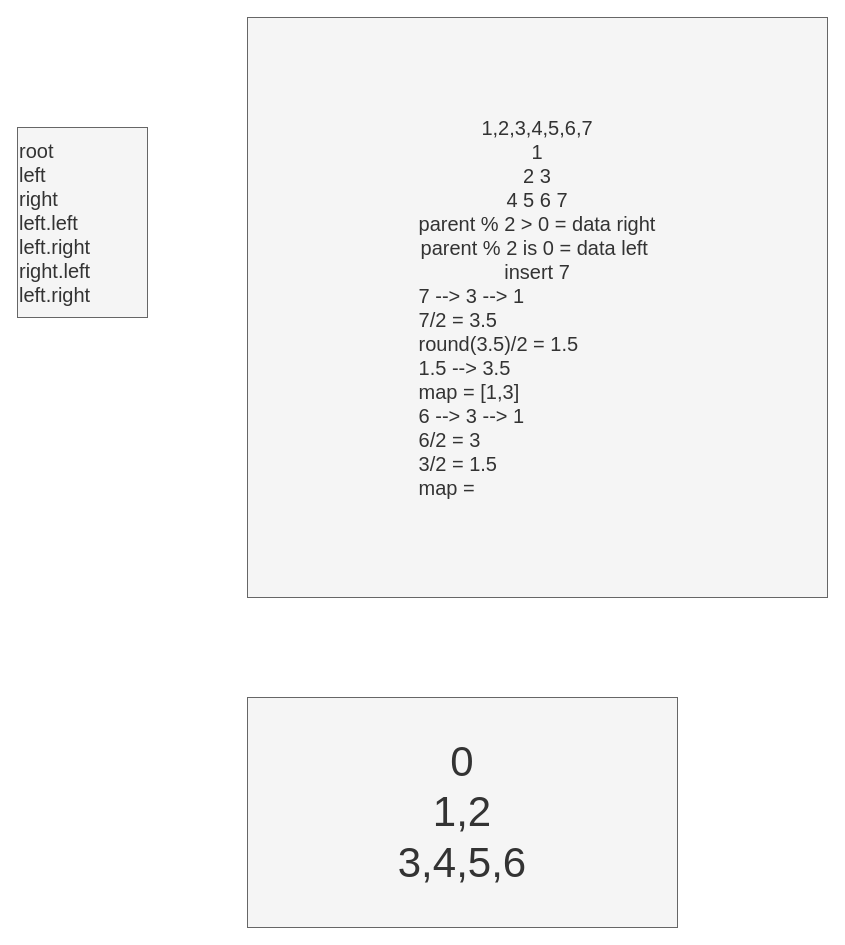
This is flow.dio from kaomao1234/305214-Data-Structures, a draw.io file, before an edit. Source tidied: cells renumbered, new cells numbered last; positions are measured from the earlier drawing's top-left corner, leaving out a move shared by most shapes. Both pictures are drawn from the tidied source at 100%, with x=0, y=0 at pixel (17, 17).
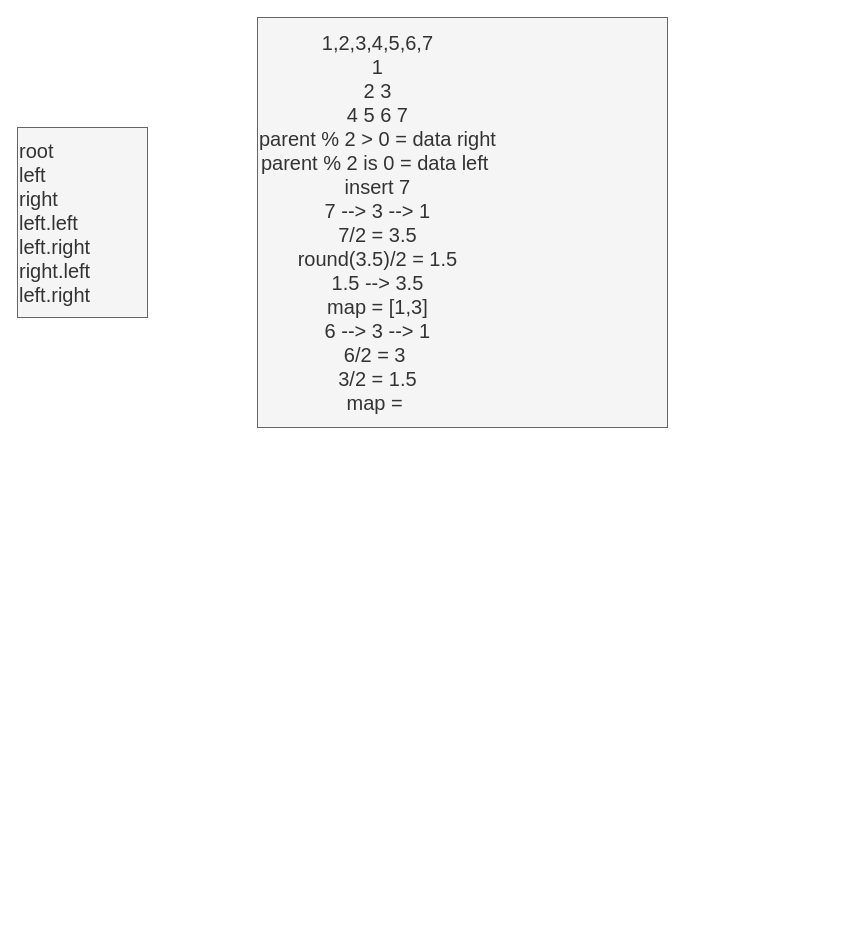
The same diagram, later.

The edit, as a diff of the source:
```diff
@@
 <mxGraphModel>
   <root>
     <mxCell id="0" />
     <mxCell id="1" parent="0" />
     <mxCell id="2" value="&lt;div style=&quot;font-size: 20px&quot;&gt;&lt;font style=&quot;font-size: 20px&quot;&gt;root&lt;/font&gt;&lt;/div&gt;&lt;div style=&quot;font-size: 20px&quot;&gt;&lt;font style=&quot;font-size: 20px&quot;&gt;left&lt;/font&gt;&lt;/div&gt;&lt;div style=&quot;font-size: 20px&quot;&gt;&lt;font style=&quot;font-size: 20px&quot;&gt;right&lt;/font&gt;&lt;/div&gt;&lt;div style=&quot;font-size: 20px&quot;&gt;&lt;font style=&quot;font-size: 20px&quot;&gt;left.left&lt;/font&gt;&lt;/div&gt;&lt;div style=&quot;font-size: 20px&quot;&gt;&lt;font style=&quot;font-size: 20px&quot;&gt;left.right&lt;/font&gt;&lt;/div&gt;&lt;div style=&quot;font-size: 20px&quot;&gt;&lt;font style=&quot;font-size: 20px&quot;&gt;right.left&lt;/font&gt;&lt;/div&gt;&lt;div style=&quot;font-size: 20px&quot;&gt;&lt;font style=&quot;font-size: 20px&quot;&gt;left.right&lt;/font&gt;&lt;/div&gt;" style="text;html=1;strokeColor=#666666;fillColor=#f5f5f5;align=left;verticalAlign=middle;whiteSpace=wrap;rounded=0;fontColor=#333333;" parent="1" vertex="1">
       <mxGeometry y="110" width="130" height="190" as="geometry" />
     </mxCell>
-    <mxCell id="3" value="&lt;font style=&quot;font-size: 20px&quot;&gt;&lt;span&gt;1,2,3,4,5,6,7&lt;/span&gt;&lt;br&gt;&lt;span&gt;1&lt;/span&gt;&lt;br&gt;&lt;span&gt;2 3&lt;/span&gt;&lt;br&gt;&lt;span&gt;4 5 6 7&lt;/span&gt;&lt;br&gt;&lt;span&gt;parent % 2 &amp;gt; 0 = data right&lt;/span&gt;&lt;br&gt;&lt;span&gt;parent % 2 is 0 = data left&amp;nbsp;&lt;/span&gt;&lt;br&gt;&lt;span&gt;insert 7&lt;/span&gt;&lt;br&gt;&lt;div style=&quot;text-align: left&quot;&gt;&lt;span&gt;7 --&amp;gt; 3 --&amp;gt; 1&lt;/span&gt;&lt;/div&gt;&lt;div style=&quot;text-align: left&quot;&gt;&lt;span&gt;7/2 = 3.5&lt;/span&gt;&lt;/div&gt;&lt;div style=&quot;text-align: left&quot;&gt;&lt;span&gt;round(3.5)/2 = 1.5&lt;/span&gt;&lt;/div&gt;&lt;div style=&quot;text-align: left&quot;&gt;&lt;span&gt;1.5 --&amp;gt; 3.5&lt;/span&gt;&lt;/div&gt;&lt;span&gt;&lt;div style=&quot;text-align: left&quot;&gt;&lt;span&gt;map = [1,3]&lt;/span&gt;&lt;/div&gt;&lt;div style=&quot;text-align: left&quot;&gt;&lt;span&gt;6 --&amp;gt; 3 --&amp;gt; 1&lt;/span&gt;&lt;/div&gt;&lt;div style=&quot;text-align: left&quot;&gt;&lt;span&gt;6/2 = 3&amp;nbsp;&lt;/span&gt;&lt;/div&gt;&lt;div style=&quot;text-align: left&quot;&gt;&lt;span&gt;3/2 = 1.5&lt;/span&gt;&lt;/div&gt;&lt;div style=&quot;text-align: left&quot;&gt;&lt;span&gt;map =&amp;nbsp;&lt;/span&gt;&lt;/div&gt;&lt;/span&gt;&lt;/font&gt;" style="whiteSpace=wrap;html=1;fillColor=#f5f5f5;strokeColor=#666666;fontColor=#333333;align=center;" parent="1" vertex="1">
-      <mxGeometry x="230" width="580" height="580" as="geometry" />
+    <mxCell id="3" value="&lt;blockquote style=&quot;margin: 0 0 0 40px ; border: none ; padding: 0px&quot;&gt;&lt;/blockquote&gt;&lt;span style=&quot;font-size: 20px&quot;&gt;&lt;div style=&quot;text-align: center&quot;&gt;&lt;span&gt;1,2,3,4,5,6,7&lt;/span&gt;&lt;/div&gt;&lt;/span&gt;&lt;blockquote style=&quot;margin: 0 0 0 40px ; border: none ; padding: 0px&quot;&gt;&lt;/blockquote&gt;&lt;span style=&quot;font-size: 20px&quot;&gt;&lt;div style=&quot;text-align: center&quot;&gt;&lt;span&gt;1&lt;/span&gt;&lt;/div&gt;&lt;/span&gt;&lt;blockquote style=&quot;margin: 0 0 0 40px ; border: none ; padding: 0px&quot;&gt;&lt;/blockquote&gt;&lt;span style=&quot;font-size: 20px&quot;&gt;&lt;div style=&quot;text-align: center&quot;&gt;&lt;span&gt;2 3&lt;/span&gt;&lt;/div&gt;&lt;/span&gt;&lt;blockquote style=&quot;margin: 0 0 0 40px ; border: none ; padding: 0px&quot;&gt;&lt;/blockquote&gt;&lt;span style=&quot;font-size: 20px&quot;&gt;&lt;div style=&quot;text-align: center&quot;&gt;&lt;span&gt;4 5 6 7&lt;/span&gt;&lt;/div&gt;&lt;/span&gt;&lt;blockquote style=&quot;margin: 0 0 0 40px ; border: none ; padding: 0px&quot;&gt;&lt;/blockquote&gt;&lt;span style=&quot;font-size: 20px&quot;&gt;&lt;div style=&quot;text-align: center&quot;&gt;&lt;span&gt;parent % 2 &amp;gt; 0 = data right&lt;/span&gt;&lt;/div&gt;&lt;/span&gt;&lt;blockquote style=&quot;margin: 0 0 0 40px ; border: none ; padding: 0px&quot;&gt;&lt;/blockquote&gt;&lt;span style=&quot;font-size: 20px&quot;&gt;&lt;div style=&quot;text-align: center&quot;&gt;&lt;span&gt;parent % 2 is 0 = data left&amp;nbsp;&lt;/span&gt;&lt;/div&gt;&lt;/span&gt;&lt;blockquote style=&quot;margin: 0 0 0 40px ; border: none ; padding: 0px&quot;&gt;&lt;/blockquote&gt;&lt;span style=&quot;font-size: 20px&quot;&gt;&lt;div style=&quot;text-align: center&quot;&gt;&lt;span&gt;insert 7&lt;/span&gt;&lt;/div&gt;&lt;/span&gt;&lt;span style=&quot;font-size: 20px&quot;&gt;&lt;div style=&quot;text-align: center&quot;&gt;&lt;span&gt;7 --&amp;gt; 3 --&amp;gt; 1&lt;/span&gt;&lt;/div&gt;&lt;/span&gt;&lt;blockquote style=&quot;margin: 0 0 0 40px ; border: none ; padding: 0px&quot;&gt;&lt;/blockquote&gt;&lt;span style=&quot;font-size: 20px&quot;&gt;&lt;div style=&quot;text-align: center&quot;&gt;&lt;span&gt;7/2 = 3.5&lt;/span&gt;&lt;/div&gt;&lt;/span&gt;&lt;span style=&quot;font-size: 20px&quot;&gt;&lt;div style=&quot;text-align: center&quot;&gt;&lt;span&gt;round(3.5)/2 = 1.5&lt;/span&gt;&lt;/div&gt;&lt;/span&gt;&lt;blockquote style=&quot;margin: 0 0 0 40px ; border: none ; padding: 0px&quot;&gt;&lt;/blockquote&gt;&lt;span style=&quot;font-size: 20px&quot;&gt;&lt;div style=&quot;text-align: center&quot;&gt;&lt;span&gt;1.5 --&amp;gt; 3.5&lt;/span&gt;&lt;/div&gt;&lt;/span&gt;&lt;span style=&quot;font-size: 20px&quot;&gt;&lt;div style=&quot;text-align: center&quot;&gt;&lt;span&gt;map = [1,3]&lt;/span&gt;&lt;/div&gt;&lt;/span&gt;&lt;blockquote style=&quot;margin: 0 0 0 40px ; border: none ; padding: 0px&quot;&gt;&lt;/blockquote&gt;&lt;span style=&quot;font-size: 20px&quot;&gt;&lt;div style=&quot;text-align: center&quot;&gt;&lt;span&gt;6 --&amp;gt; 3 --&amp;gt; 1&lt;/span&gt;&lt;/div&gt;&lt;/span&gt;&lt;span style=&quot;font-size: 20px&quot;&gt;&lt;div style=&quot;text-align: center&quot;&gt;&lt;span&gt;6/2 = 3&amp;nbsp;&lt;/span&gt;&lt;/div&gt;&lt;/span&gt;&lt;blockquote style=&quot;margin: 0 0 0 40px ; border: none ; padding: 0px&quot;&gt;&lt;/blockquote&gt;&lt;span style=&quot;font-size: 20px&quot;&gt;&lt;div style=&quot;text-align: center&quot;&gt;&lt;span&gt;3/2 = 1.5&lt;/span&gt;&lt;/div&gt;&lt;/span&gt;&lt;font&gt;&lt;div&gt;&lt;span style=&quot;font-size: 20px&quot;&gt;&lt;div style=&quot;text-align: center&quot;&gt;&lt;span&gt;map =&amp;nbsp;&lt;/span&gt;&lt;/div&gt;&lt;/span&gt;&lt;/div&gt;&lt;/font&gt;" style="whiteSpace=wrap;html=1;fillColor=#f5f5f5;strokeColor=#666666;fontColor=#333333;align=left;" parent="1" vertex="1">
+      <mxGeometry x="240" width="410" height="410" as="geometry" />
     </mxCell>
-    <mxCell id="4" value="&lt;div&gt;&lt;span style=&quot;font-size: 42px&quot;&gt;0&lt;/span&gt;&lt;/div&gt;&lt;font style=&quot;font-size: 42px&quot;&gt;&lt;div&gt;&lt;span&gt;1,2&lt;/span&gt;&lt;/div&gt;&lt;div&gt;&lt;span&gt;3,4,5,6&lt;/span&gt;&lt;/div&gt;&lt;/font&gt;" style="text;html=1;strokeColor=#666666;fillColor=#f5f5f5;align=center;verticalAlign=middle;whiteSpace=wrap;rounded=0;fontColor=#333333;" parent="1" vertex="1">
-      <mxGeometry x="230" y="680" width="430" height="230" as="geometry" />
-    </mxCell>
   </root>
 </mxGraphModel>
```
